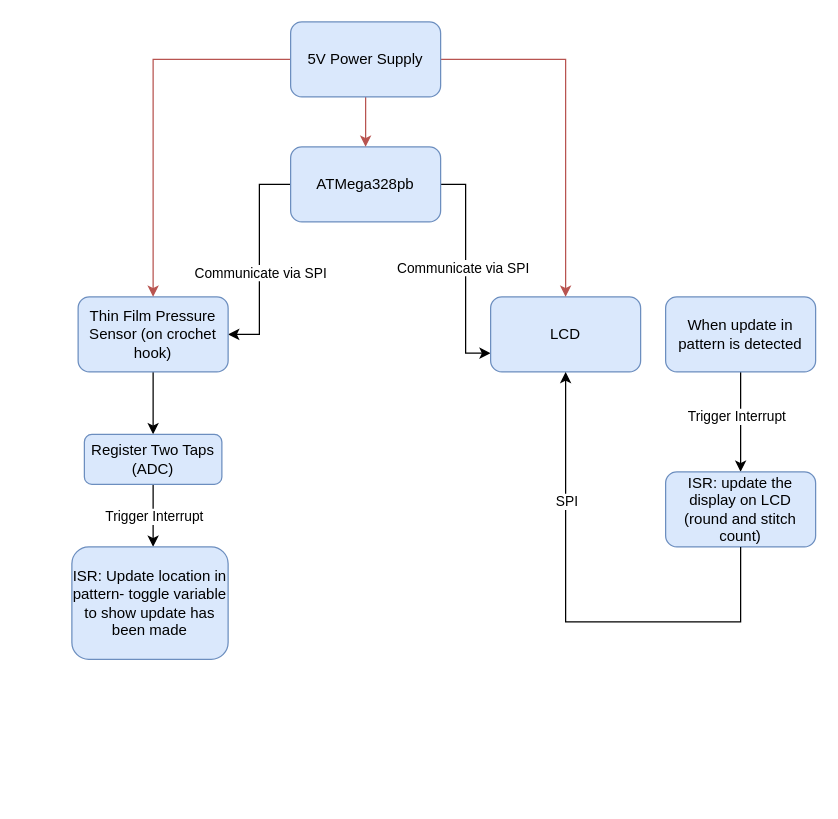
The draw.io diagram System Diagram.drawio in upenn-embedded/final-project-s25-slay, before the edit. Source tidied: cells renumbered, new cells numbered last; positions are measured from the earlier drawing's top-left corner, leaving out a move shared by most shapes. Both pictures are drawn from the tidied source at 125%, with x=0, y=0 at pixel (71, 21).
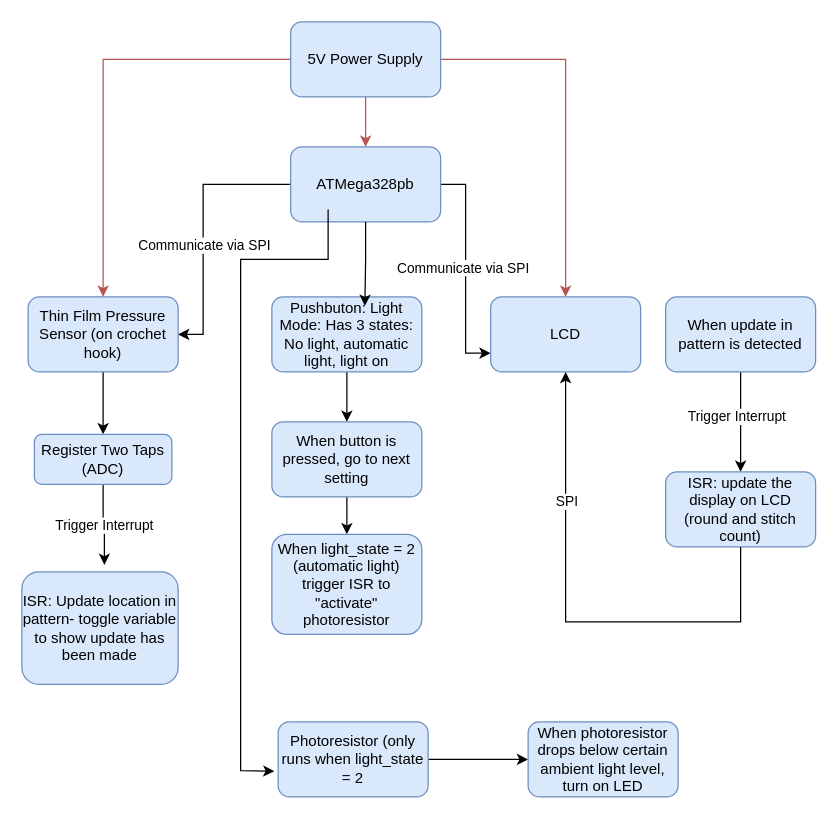
The same page after the edit.

Unchanged cells that the change refers to:
```xml
<mxCell id="6" value="ATMega328pb" style="rounded=1;whiteSpace=wrap;html=1;fillColor=#dae8fc;strokeColor=#6c8ebf;" parent="1" vertex="1">
  <mxGeometry x="175" y="100" width="120" height="60" as="geometry" />
</mxCell>
```

The edit, as a diff of the source:
```diff
@@
     <mxCell id="2" style="edgeStyle=orthogonalEdgeStyle;rounded=0;jettySize=auto;html=1;entryX=1;entryY=0.5;entryDx=0;entryDy=0;" parent="1" edge="1" source="6" target="8">
-      <mxGeometry relative="1" as="geometry" />
+      <mxGeometry relative="1" as="geometry">
+        <Array as="points">
+          <mxPoint x="105" y="130" />
+          <mxPoint x="105" y="250" />
+        </Array>
+      </mxGeometry>
     </mxCell>
@@
     <mxCell id="8" value="Thin Film Pressure Sensor (on crochet hook)" style="rounded=1;whiteSpace=wrap;html=1;fillColor=#dae8fc;strokeColor=#6c8ebf;" parent="1" vertex="1">
-      <mxGeometry x="5" y="220" width="120" height="60" as="geometry" />
+      <mxGeometry x="-35" y="220" width="120" height="60" as="geometry" />
     </mxCell>
@@
-    <mxCell id="14" style="edgeStyle=orthogonalEdgeStyle;rounded=0;jettySize=auto;html=1;" parent="1" edge="1" source="16">
-      <mxGeometry relative="1" as="geometry">
-        <mxPoint x="65" y="420" as="targetPoint" />
-      </mxGeometry>
+    <mxCell id="14" style="edgeStyle=orthogonalEdgeStyle;rounded=0;jettySize=auto;html=1;entryX=0.528;entryY=-0.062;entryDx=0;entryDy=0;entryPerimeter=0;" parent="1" edge="1" source="16" target="17">
+      <mxGeometry relative="1" as="geometry" />
     </mxCell>
@@
     <mxCell id="16" value="Register Two Taps&lt;div&gt;(ADC)&lt;/div&gt;" style="rounded=1;whiteSpace=wrap;html=1;fillColor=#dae8fc;strokeColor=#6c8ebf;" parent="1" vertex="1">
-      <mxGeometry x="10" y="330" width="110" height="40" as="geometry" />
+      <mxGeometry x="-30" y="330" width="110" height="40" as="geometry" />
     </mxCell>
     <mxCell id="17" value="ISR: Update location in pattern- toggle variable to show update has been made" style="rounded=1;whiteSpace=wrap;html=1;fillColor=#dae8fc;strokeColor=#6c8ebf;" parent="1" vertex="1">
-      <mxGeometry y="420" width="125" height="90" as="geometry" />
+      <mxGeometry x="-40" y="440" width="125" height="90" as="geometry" />
     </mxCell>
@@
+    <mxCell id="24" style="edgeStyle=orthogonalEdgeStyle;rounded=0;jettySize=auto;html=1;entryX=0;entryY=0.5;entryDx=0;entryDy=0;" parent="1" edge="1" source="25" target="28">
+      <mxGeometry relative="1" as="geometry" />
+    </mxCell>
+    <mxCell id="25" value="Photoresistor (only runs when light_state = 2" style="rounded=1;whiteSpace=wrap;html=1;fillColor=#dae8fc;strokeColor=#6c8ebf;" parent="1" vertex="1">
+      <mxGeometry x="165" y="560" width="120" height="60" as="geometry" />
+    </mxCell>
+    <mxCell id="26" style="edgeStyle=orthogonalEdgeStyle;rounded=0;jettySize=auto;html=1;" parent="1" edge="1" source="27" target="30">
+      <mxGeometry relative="1" as="geometry" />
+    </mxCell>
+    <mxCell id="27" value="Pushbuton: Light Mode: Has 3 states: No light, automatic light, light on" style="rounded=1;whiteSpace=wrap;html=1;fillColor=#dae8fc;strokeColor=#6c8ebf;" parent="1" vertex="1">
+      <mxGeometry x="160" y="220" width="120" height="60" as="geometry" />
+    </mxCell>
+    <mxCell id="28" value="When photoresistor drops below certain ambient light level, turn on LED" style="rounded=1;whiteSpace=wrap;html=1;fillColor=#dae8fc;strokeColor=#6c8ebf;" parent="1" vertex="1">
+      <mxGeometry x="365" y="560" width="120" height="60" as="geometry" />
+    </mxCell>
+    <mxCell id="29" style="edgeStyle=orthogonalEdgeStyle;rounded=0;jettySize=auto;html=1;" parent="1" edge="1" source="30" target="31">
+      <mxGeometry relative="1" as="geometry" />
+    </mxCell>
+    <mxCell id="30" value="When button is pressed, go to next setting" style="rounded=1;whiteSpace=wrap;html=1;fillColor=#dae8fc;strokeColor=#6c8ebf;" parent="1" vertex="1">
+      <mxGeometry x="160" y="320" width="120" height="60" as="geometry" />
+    </mxCell>
+    <mxCell id="31" value="When light_state = 2 (automatic light) trigger ISR to &quot;activate&quot; photoresistor" style="rounded=1;whiteSpace=wrap;html=1;fillColor=#dae8fc;strokeColor=#6c8ebf;" parent="1" vertex="1">
+      <mxGeometry x="160" y="410" width="120" height="80" as="geometry" />
+    </mxCell>
+    <mxCell id="32" style="edgeStyle=orthogonalEdgeStyle;rounded=0;jettySize=auto;html=1;entryX=0.62;entryY=0.12;entryDx=0;entryDy=0;entryPerimeter=0;" parent="1" edge="1" source="6" target="27">
+      <mxGeometry relative="1" as="geometry" />
+    </mxCell>
+    <mxCell id="33" style="endArrow=classic;html=1;rounded=0;exitX=0.25;exitY=1;exitDx=0;exitDy=0;entryX=-0.025;entryY=0.658;entryDx=0;entryDy=0;entryPerimeter=0;" parent="1" edge="1" target="25">
+      <mxGeometry relative="1" as="geometry">
+        <mxPoint x="205" y="150" as="sourcePoint" />
+        <Array as="points">
+          <mxPoint x="205" y="190" />
+          <mxPoint x="135" y="190" />
+          <mxPoint x="135" y="599" />
+        </Array>
+      </mxGeometry>
+    </mxCell>
```
